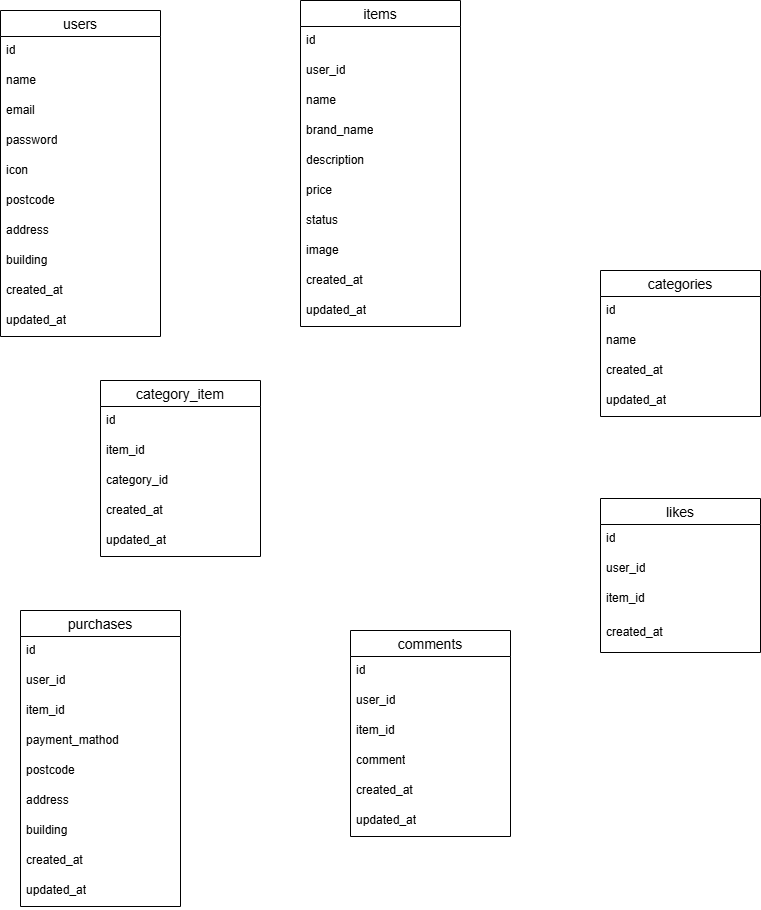
Above: furima.drawio.png in yuki8293/furima-app (draw.io), before the change. Source tidied: cells renumbered, new cells last; positions are measured from the earlier drawing's top-left corner, leaving out a move shared by most shapes.
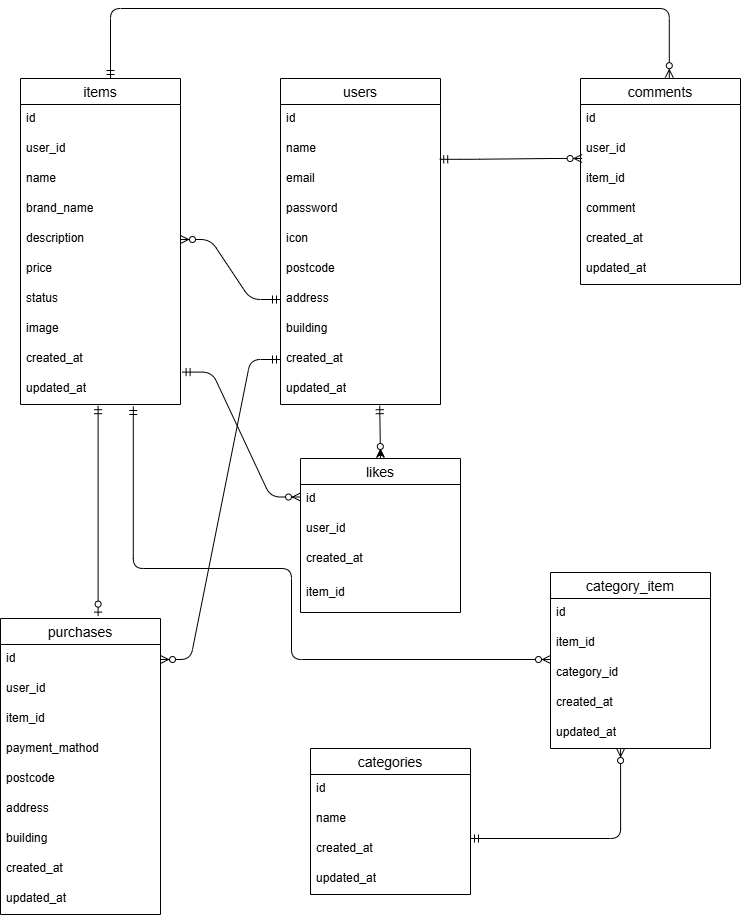
Later version of the same file.

Commit message:
ER図完成・README整理

The edit, as a diff of the source:
```diff
@@ -3,7 +3,7 @@
     <mxCell id="0" />
     <mxCell id="1" parent="0" />
     <mxCell id="2" value="category_item" style="swimlane;fontStyle=0;horizontal=1;startSize=26;align=center;fontSize=14;" parent="1" vertex="1">
-      <mxGeometry x="100" y="380" width="160" height="176" as="geometry" />
+      <mxGeometry x="570" y="564" width="160" height="176" as="geometry" />
     </mxCell>
     <mxCell id="3" value="id" style="text;strokeColor=none;fillColor=none;spacingLeft=4;spacingRight=4;overflow=hidden;fontSize=12;whiteSpace=wrap;html=1;" parent="2" vertex="1">
       <mxGeometry y="26" width="160" height="30" as="geometry" />
@@ -20,8 +20,13 @@
     <mxCell id="7" value="&lt;span style=&quot;color: rgb(0, 0, 0);&quot;&gt;updated_at&lt;/span&gt;" style="text;strokeColor=none;fillColor=none;spacingLeft=4;spacingRight=4;overflow=hidden;points=[[0,0.5],[1,0.5]];portConstraint=eastwest;fontSize=12;whiteSpace=wrap;html=1;" parent="2" vertex="1">
       <mxGeometry y="146" width="160" height="30" as="geometry" />
     </mxCell>
+    <mxCell id="57" style="edgeStyle=none;html=1;" parent="1" edge="1" source="8">
+      <mxGeometry relative="1" as="geometry">
+        <mxPoint x="400" y="440" as="targetPoint" />
+      </mxGeometry>
+    </mxCell>
     <mxCell id="8" value="likes" style="swimlane;fontStyle=0;horizontal=1;startSize=26;align=center;fontSize=14;" parent="1" vertex="1">
-      <mxGeometry x="600" y="498" width="160" height="154" as="geometry" />
+      <mxGeometry x="320" y="450" width="160" height="154" as="geometry" />
     </mxCell>
     <mxCell id="9" value="&lt;span style=&quot;color: rgb(0, 0, 0);&quot;&gt;id&lt;/span&gt;" style="text;strokeColor=none;fillColor=none;spacingLeft=4;spacingRight=4;overflow=hidden;fontSize=12;whiteSpace=wrap;html=1;" parent="8" vertex="1">
       <mxGeometry y="26" width="160" height="30" as="geometry" />
@@ -29,14 +34,14 @@
     <mxCell id="10" value="&lt;span style=&quot;color: rgb(0, 0, 0);&quot;&gt;user_id&lt;/span&gt;" style="text;strokeColor=none;fillColor=none;spacingLeft=4;spacingRight=4;overflow=hidden;fontSize=12;whiteSpace=wrap;html=1;" parent="8" vertex="1">
       <mxGeometry y="56" width="160" height="30" as="geometry" />
     </mxCell>
+    <mxCell id="12" value="&lt;span style=&quot;color: rgb(0, 0, 0);&quot;&gt;created_at&lt;/span&gt;" style="text;strokeColor=none;fillColor=none;spacingLeft=4;spacingRight=4;overflow=hidden;fontSize=12;whiteSpace=wrap;html=1;" parent="8" vertex="1">
+      <mxGeometry y="86" width="160" height="34" as="geometry" />
+    </mxCell>
     <mxCell id="11" value="item_id" style="text;strokeColor=none;fillColor=none;spacingLeft=4;spacingRight=4;overflow=hidden;fontSize=12;whiteSpace=wrap;html=1;" parent="8" vertex="1">
-      <mxGeometry y="86" width="160" height="34" as="geometry" />
+      <mxGeometry y="120" width="160" height="34" as="geometry" />
     </mxCell>
-    <mxCell id="12" value="&lt;span style=&quot;color: rgb(0, 0, 0);&quot;&gt;created_at&lt;/span&gt;" style="text;strokeColor=none;fillColor=none;spacingLeft=4;spacingRight=4;overflow=hidden;fontSize=12;whiteSpace=wrap;html=1;" parent="8" vertex="1">
-      <mxGeometry y="120" width="160" height="34" as="geometry" />
-    </mxCell>
     <mxCell id="13" value="comments" style="swimlane;fontStyle=0;horizontal=1;startSize=26;align=center;fontSize=14;" parent="1" vertex="1">
-      <mxGeometry x="350" y="630" width="160" height="206" as="geometry" />
+      <mxGeometry x="600" y="70" width="160" height="206" as="geometry" />
     </mxCell>
     <mxCell id="14" value="&lt;span style=&quot;color: rgb(0, 0, 0);&quot;&gt;id&lt;/span&gt;" style="text;strokeColor=none;fillColor=none;spacingLeft=4;spacingRight=4;overflow=hidden;fontSize=12;whiteSpace=wrap;html=1;" parent="13" vertex="1">
       <mxGeometry y="26" width="160" height="30" as="geometry" />
@@ -87,7 +92,7 @@
       <mxGeometry y="266" width="160" height="30" as="geometry" />
     </mxCell>
     <mxCell id="30" value="categories" style="swimlane;fontStyle=0;horizontal=1;startSize=26;align=center;fontSize=14;" parent="1" vertex="1">
-      <mxGeometry x="600" y="270" width="160" height="146" as="geometry" />
+      <mxGeometry x="330" y="740" width="160" height="146" as="geometry" />
     </mxCell>
     <mxCell id="31" value="id" style="text;strokeColor=none;fillColor=none;spacingLeft=4;spacingRight=4;overflow=hidden;fontSize=12;whiteSpace=wrap;html=1;" parent="30" vertex="1">
       <mxGeometry y="26" width="160" height="30" as="geometry" />
@@ -102,7 +107,7 @@
       <mxGeometry y="116" width="160" height="30" as="geometry" />
     </mxCell>
     <mxCell id="35" value="items" style="swimlane;fontStyle=0;horizontal=1;startSize=26;align=center;fontSize=14;" parent="1" vertex="1">
-      <mxGeometry x="300" width="160" height="326" as="geometry" />
+      <mxGeometry x="40" y="70" width="160" height="326" as="geometry" />
     </mxCell>
     <mxCell id="36" value="id" style="text;strokeColor=none;fillColor=none;spacingLeft=4;spacingRight=4;overflow=hidden;fontSize=12;whiteSpace=wrap;html=1;" parent="35" vertex="1">
       <mxGeometry y="26" width="160" height="30" as="geometry" />
@@ -135,7 +140,7 @@
       <mxGeometry y="296" width="160" height="30" as="geometry" />
     </mxCell>
     <mxCell id="46" value="users" style="swimlane;fontStyle=0;horizontal=1;startSize=26;align=center;fontSize=14;" parent="1" vertex="1">
-      <mxGeometry y="10" width="160" height="326" as="geometry" />
+      <mxGeometry x="300" y="70" width="160" height="326" as="geometry" />
     </mxCell>
     <mxCell id="47" value="&lt;div&gt;id&lt;/div&gt;" style="text;strokeColor=none;fillColor=none;spacingLeft=4;spacingRight=4;overflow=hidden;fontSize=12;whiteSpace=wrap;html=1;" parent="46" vertex="1">
       <mxGeometry y="26" width="160" height="30" as="geometry" />
@@ -167,5 +172,52 @@
     <mxCell id="56" value="updated_at" style="text;strokeColor=none;fillColor=none;spacingLeft=4;spacingRight=4;overflow=hidden;points=[[0,0.5],[1,0.5]];portConstraint=eastwest;fontSize=12;whiteSpace=wrap;html=1;" parent="46" vertex="1">
       <mxGeometry y="296" width="160" height="30" as="geometry" />
     </mxCell>
+    <mxCell id="58" style="fontSize=12;html=1;endArrow=ERzeroToMany;startArrow=ERmandOne;entryX=0.5;entryY=0;entryDx=0;entryDy=0;exitX=0.62;exitY=1.04;exitDx=0;exitDy=0;exitPerimeter=0;" parent="1" edge="1" source="56" target="8">
+      <mxGeometry relative="1" as="geometry" />
+    </mxCell>
+    <mxCell id="59" style="edgeStyle=entityRelationEdgeStyle;fontSize=12;html=1;endArrow=ERzeroToMany;startArrow=ERmandOne;exitX=0;exitY=0.5;exitDx=0;exitDy=0;entryX=1;entryY=0.5;entryDx=0;entryDy=0;" parent="1" edge="1" source="53" target="40">
+      <mxGeometry relative="1" as="geometry">
+        <Array as="points">
+          <mxPoint x="370" y="470" />
+        </Array>
+      </mxGeometry>
+    </mxCell>
+    <mxCell id="60" style="edgeStyle=entityRelationEdgeStyle;fontSize=12;html=1;endArrow=ERzeroToMany;startArrow=ERmandOne;exitX=1.01;exitY=-0.08;exitDx=0;exitDy=0;exitPerimeter=0;entryX=0;entryY=0.25;entryDx=0;entryDy=0;" parent="1" edge="1" source="45" target="8">
+      <mxGeometry relative="1" as="geometry" />
+    </mxCell>
+    <mxCell id="61" style="edgeStyle=entityRelationEdgeStyle;fontSize=12;html=1;endArrow=ERzeroToMany;startArrow=ERmandOne;entryX=0.01;entryY=0.8;entryDx=0;entryDy=0;entryPerimeter=0;exitX=0.995;exitY=0.827;exitDx=0;exitDy=0;exitPerimeter=0;" parent="1" edge="1" source="48" target="15">
+      <mxGeometry relative="1" as="geometry" />
+    </mxCell>
+    <mxCell id="62" style="edgeStyle=orthogonalEdgeStyle;fontSize=12;html=1;endArrow=ERzeroToMany;startArrow=ERmandOne;entryX=0.555;entryY=-0.004;entryDx=0;entryDy=0;entryPerimeter=0;" parent="1" edge="1" source="35" target="13">
+      <mxGeometry relative="1" as="geometry">
+        <Array as="points">
+          <mxPoint x="130" />
+          <mxPoint x="689" />
+        </Array>
+      </mxGeometry>
+    </mxCell>
+    <mxCell id="63" style="edgeStyle=entityRelationEdgeStyle;fontSize=12;html=1;endArrow=ERzeroToMany;startArrow=ERmandOne;entryX=1;entryY=0.5;entryDx=0;entryDy=0;exitX=0;exitY=0.5;exitDx=0;exitDy=0;" parent="1" edge="1" source="55" target="21">
+      <mxGeometry relative="1" as="geometry">
+        <Array as="points">
+          <mxPoint x="270" y="500" />
+        </Array>
+      </mxGeometry>
+    </mxCell>
+    <mxCell id="64" style="fontSize=12;html=1;endArrow=ERzeroToOne;startArrow=ERmandOne;entryX=0.61;entryY=-0.008;entryDx=0;entryDy=0;entryPerimeter=0;exitX=0.485;exitY=1.04;exitDx=0;exitDy=0;exitPerimeter=0;" parent="1" edge="1" source="45" target="20">
+      <mxGeometry relative="1" as="geometry" />
+    </mxCell>
+    <mxCell id="65" style="edgeStyle=orthogonalEdgeStyle;fontSize=12;html=1;endArrow=ERzeroToMany;startArrow=ERmandOne;exitX=0.705;exitY=1.067;exitDx=0;exitDy=0;exitPerimeter=0;" parent="1" edge="1" source="45">
+      <mxGeometry relative="1" as="geometry">
+        <mxPoint x="570" y="651" as="targetPoint" />
+        <Array as="points">
+          <mxPoint x="153" y="560" />
+          <mxPoint x="311" y="560" />
+          <mxPoint x="311" y="651" />
+        </Array>
+      </mxGeometry>
+    </mxCell>
+    <mxCell id="66" style="edgeStyle=orthogonalEdgeStyle;fontSize=12;html=1;endArrow=ERzeroToMany;startArrow=ERmandOne;exitX=1;exitY=0.133;exitDx=0;exitDy=0;exitPerimeter=0;entryX=0.438;entryY=1;entryDx=0;entryDy=0;entryPerimeter=0;" parent="1" edge="1" source="33" target="7">
+      <mxGeometry relative="1" as="geometry" />
+    </mxCell>
   </root>
 </mxGraphModel>
```
